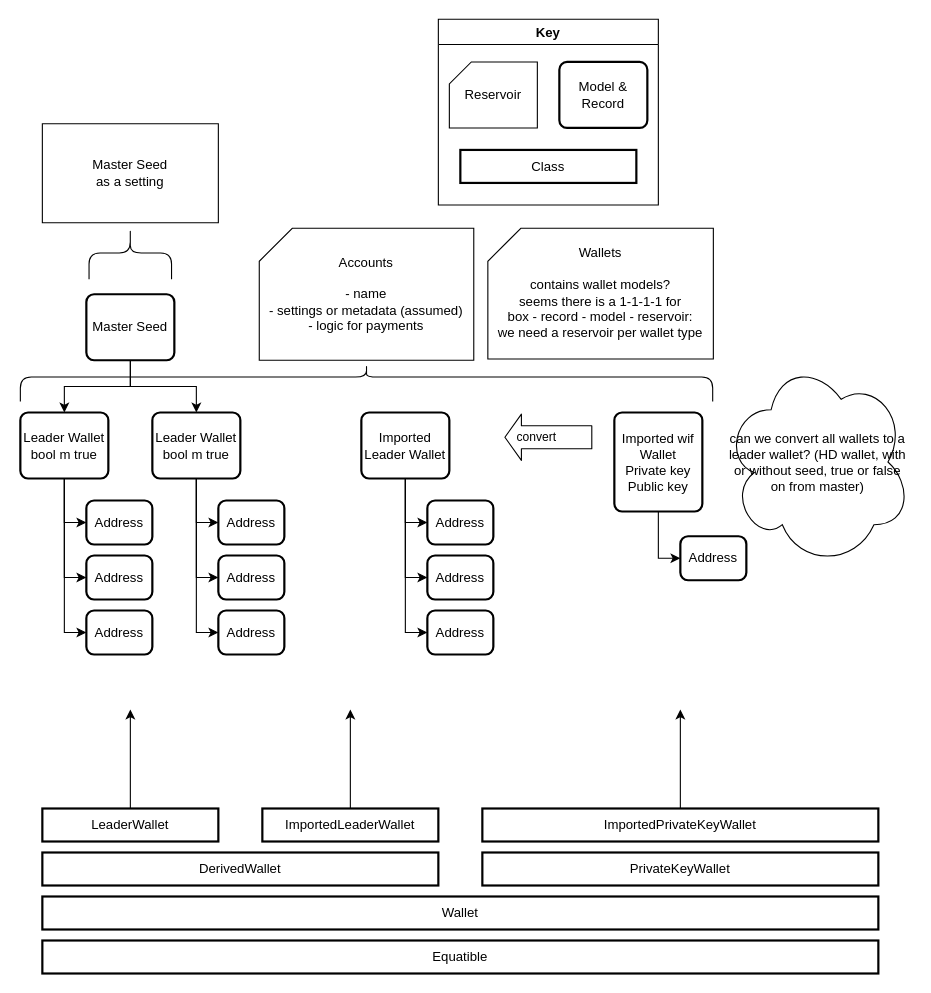
This is raven_back/docs/diagrams/wallet-relationships.drawio from moontreeapp/moontree, a draw.io file, before an edit. Source tidied: cells renumbered, new cells numbered last; positions are measured from the earlier drawing's top-left corner, leaving out a move shared by most shapes. Both pictures are drawn from the tidied source at 110%, with x=0, y=0 at pixel (20, 19).
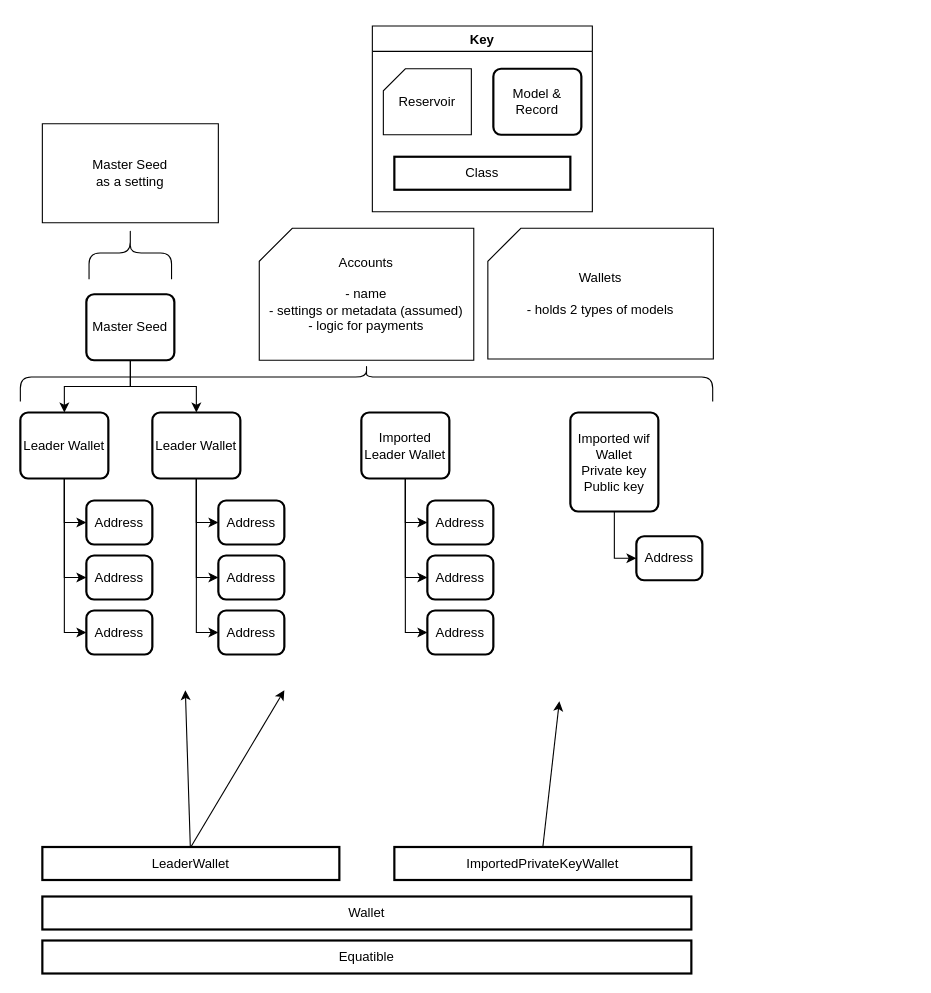
The same diagram, later.

Change to the diagram source:
```diff
@@
-    <mxCell id="9" value="Leader Wallet&lt;br&gt;bool m true" style="rounded=1;whiteSpace=wrap;html=1;absoluteArcSize=1;arcSize=14;strokeWidth=2;" parent="1" vertex="1">
+    <mxCell id="9" value="Leader Wallet&lt;br&gt;" style="rounded=1;whiteSpace=wrap;html=1;absoluteArcSize=1;arcSize=14;strokeWidth=2;" parent="1" vertex="1">
       <mxGeometry x="120" y="357.5" width="80" height="60" as="geometry" />
     </mxCell>
@@
-    <mxCell id="13" value="Leader Wallet&lt;br&gt;bool m true" style="rounded=1;whiteSpace=wrap;html=1;absoluteArcSize=1;arcSize=14;strokeWidth=2;" parent="1" vertex="1">
+    <mxCell id="13" value="Leader Wallet" style="rounded=1;whiteSpace=wrap;html=1;absoluteArcSize=1;arcSize=14;strokeWidth=2;" parent="1" vertex="1">
       <mxGeometry y="357.5" width="80" height="60" as="geometry" />
     </mxCell>
@@
     <mxCell id="21" value="Imported wif Wallet&lt;br&gt;Private key&lt;br&gt;Public key" style="rounded=1;whiteSpace=wrap;html=1;absoluteArcSize=1;arcSize=14;strokeWidth=2;" parent="1" vertex="1">
-      <mxGeometry x="540" y="357.5" width="80" height="90" as="geometry" />
+      <mxGeometry x="500" y="357.5" width="80" height="90" as="geometry" />
     </mxCell>
@@
     <mxCell id="30" value="Equatible" style="rounded=0;whiteSpace=wrap;html=1;absoluteArcSize=1;arcSize=14;strokeWidth=2;" parent="1" vertex="1">
-      <mxGeometry x="20" y="837.5" width="760" height="30" as="geometry" />
+      <mxGeometry x="20" y="837.5" width="590" height="30" as="geometry" />
     </mxCell>
     <mxCell id="31" value="Wallet" style="rounded=0;whiteSpace=wrap;html=1;absoluteArcSize=1;arcSize=14;strokeWidth=2;" parent="1" vertex="1">
-      <mxGeometry x="20" y="797.5" width="760" height="30" as="geometry" />
+      <mxGeometry x="20" y="797.5" width="590" height="30" as="geometry" />
     </mxCell>
-    <mxCell id="32" value="DerivedWallet" style="rounded=0;whiteSpace=wrap;html=1;absoluteArcSize=1;arcSize=14;strokeWidth=2;" parent="1" vertex="1">
-      <mxGeometry x="20" y="757.5" width="360" height="30" as="geometry" />
-    </mxCell>
-    <mxCell id="33" value="PrivateKeyWallet" style="rounded=0;whiteSpace=wrap;html=1;absoluteArcSize=1;arcSize=14;strokeWidth=2;" parent="1" vertex="1">
-      <mxGeometry x="420" y="757.5" width="360" height="30" as="geometry" />
-    </mxCell>
     <mxCell id="34" value="ImportedPrivateKeyWallet" style="rounded=0;whiteSpace=wrap;html=1;absoluteArcSize=1;arcSize=14;strokeWidth=2;" parent="1" vertex="1">
-      <mxGeometry x="420" y="717.5" width="360" height="30" as="geometry" />
+      <mxGeometry x="340" y="752.5" width="270" height="30" as="geometry" />
     </mxCell>
-    <mxCell id="35" style="rounded=0;jettySize=auto;html=1;" parent="1" edge="1" source="36">
-      <mxGeometry relative="1" as="geometry">
-        <mxPoint x="300" y="627.5" as="targetPoint" />
-      </mxGeometry>
-    </mxCell>
-    <mxCell id="36" value="ImportedLeaderWallet" style="rounded=0;whiteSpace=wrap;html=1;absoluteArcSize=1;arcSize=14;strokeWidth=2;" parent="1" vertex="1">
-      <mxGeometry x="220" y="717.5" width="160" height="30" as="geometry" />
-    </mxCell>
     <mxCell id="37" style="edgeStyle=none;rounded=0;jettySize=auto;html=1;" parent="1" edge="1" source="38">
       <mxGeometry relative="1" as="geometry">
-        <mxPoint x="100" y="627.5" as="targetPoint" />
+        <mxPoint x="150" y="610" as="targetPoint" />
       </mxGeometry>
     </mxCell>
     <mxCell id="38" value="LeaderWallet" style="rounded=0;whiteSpace=wrap;html=1;absoluteArcSize=1;arcSize=14;strokeWidth=2;" parent="1" vertex="1">
-      <mxGeometry x="20" y="717.5" width="160" height="30" as="geometry" />
+      <mxGeometry x="20" y="752.5" width="270" height="30" as="geometry" />
     </mxCell>
     <mxCell id="39" style="endArrow=classic;html=1;exitX=0.5;exitY=0;exitDx=0;exitDy=0;" parent="1" edge="1" source="34">
       <mxGeometry relative="1" as="geometry">
-        <mxPoint x="600" y="627.5" as="targetPoint" />
+        <mxPoint x="490" y="620" as="targetPoint" />
       </mxGeometry>
     </mxCell>
@@
     <mxCell id="42" value="Key" style="swimlane;" parent="1" vertex="1">
-      <mxGeometry x="380" width="200" height="168.8" as="geometry" />
+      <mxGeometry x="320" y="6.2" width="200" height="168.8" as="geometry" />
     </mxCell>
@@
     <mxCell id="46" value="Address" style="rounded=1;whiteSpace=wrap;html=1;absoluteArcSize=1;arcSize=14;strokeWidth=2;" parent="1" vertex="1">
-      <mxGeometry x="600" y="470" width="60" height="40" as="geometry" />
+      <mxGeometry x="560" y="470" width="60" height="40" as="geometry" />
     </mxCell>
-    <mxCell id="47" value="Wallets&lt;br&gt;&lt;br&gt;contains wallet models?&lt;br&gt;seems there is a 1-1-1-1 for&lt;br&gt;box - record - model - reservoir:&lt;br&gt;we need a reservoir per wallet type" style="shape=card;whiteSpace=wrap;html=1;" parent="1" vertex="1">
+    <mxCell id="47" value="Wallets&lt;br&gt;&lt;br&gt;- holds 2 types of models&lt;br&gt;" style="shape=card;whiteSpace=wrap;html=1;" parent="1" vertex="1">
       <mxGeometry x="425" y="190" width="205" height="118.8" as="geometry" />
     </mxCell>
-    <mxCell id="48" value="can we convert all wallets to a leader wallet? (HD wallet, with or without seed, true or false on from master)" style="ellipse;shape=cloud;whiteSpace=wrap;html=1;" parent="1" vertex="1">
-      <mxGeometry x="640" y="307.5" width="170" height="190" as="geometry" />
-    </mxCell>
-    <mxCell id="49" style="shape=flexArrow;endArrow=classic;html=1;width=21;endSize=4.67;" parent="1" edge="1">
-      <mxGeometry relative="1" as="geometry">
-        <mxPoint x="520" y="380" as="sourcePoint" />
-        <mxPoint x="440" y="380" as="targetPoint" />
-      </mxGeometry>
-    </mxCell>
-    <mxCell id="50" value="convert" style="edgeLabel;html=1;align=center;verticalAlign=middle;" parent="49" vertex="1">
-      <mxGeometry x="0.3" y="-1" relative="1" as="geometry" />
+    <mxCell id="50" style="edgeStyle=none;rounded=0;jettySize=auto;html=1;exitX=0.5;exitY=0;exitDx=0;exitDy=0;" parent="1" edge="1" source="38">
+      <mxGeometry relative="1" as="geometry">
+        <mxPoint x="240" y="610" as="targetPoint" />
+      </mxGeometry>
     </mxCell>
```
